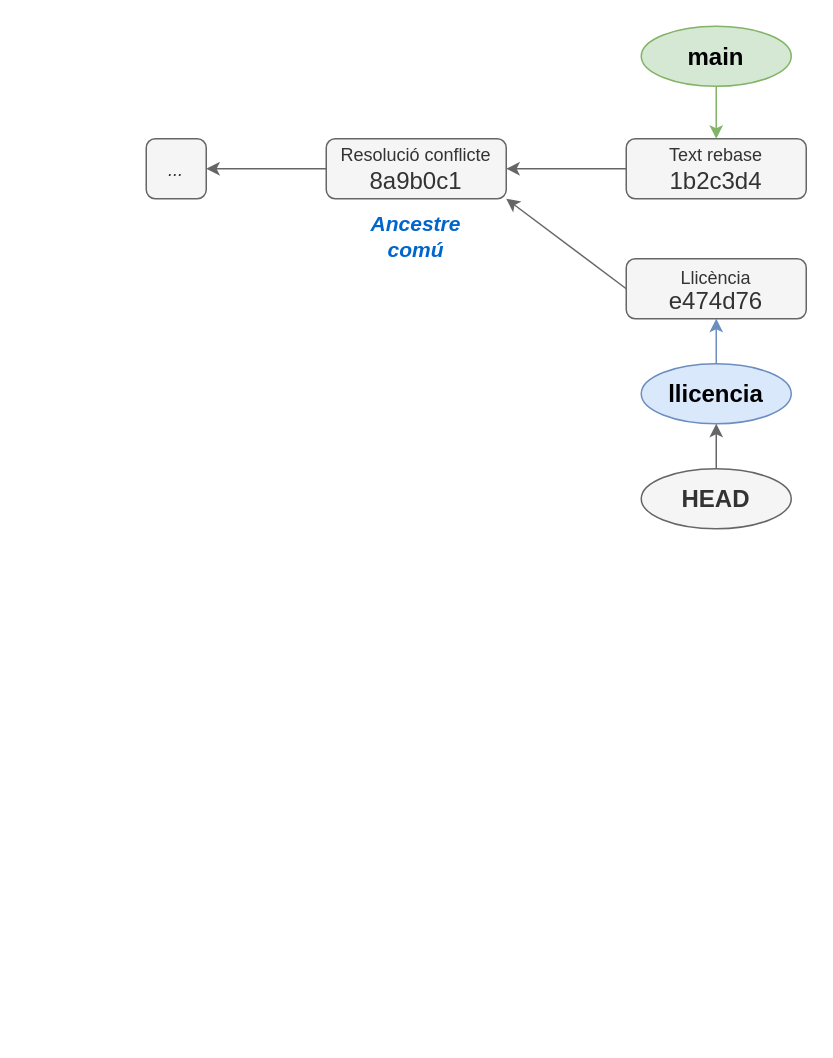
This is docs/apunts/02_branques/img/before_rebase.drawio from joapuiib/curs-git, a draw.io file, before an edit. Source tidied: cells renumbered, new cells numbered last; positions are measured from the earlier drawing's top-left corner, leaving out a move shared by most shapes. Both pictures are drawn from the tidied source at 150%, with x=0, y=0 at pixel (146, 26).
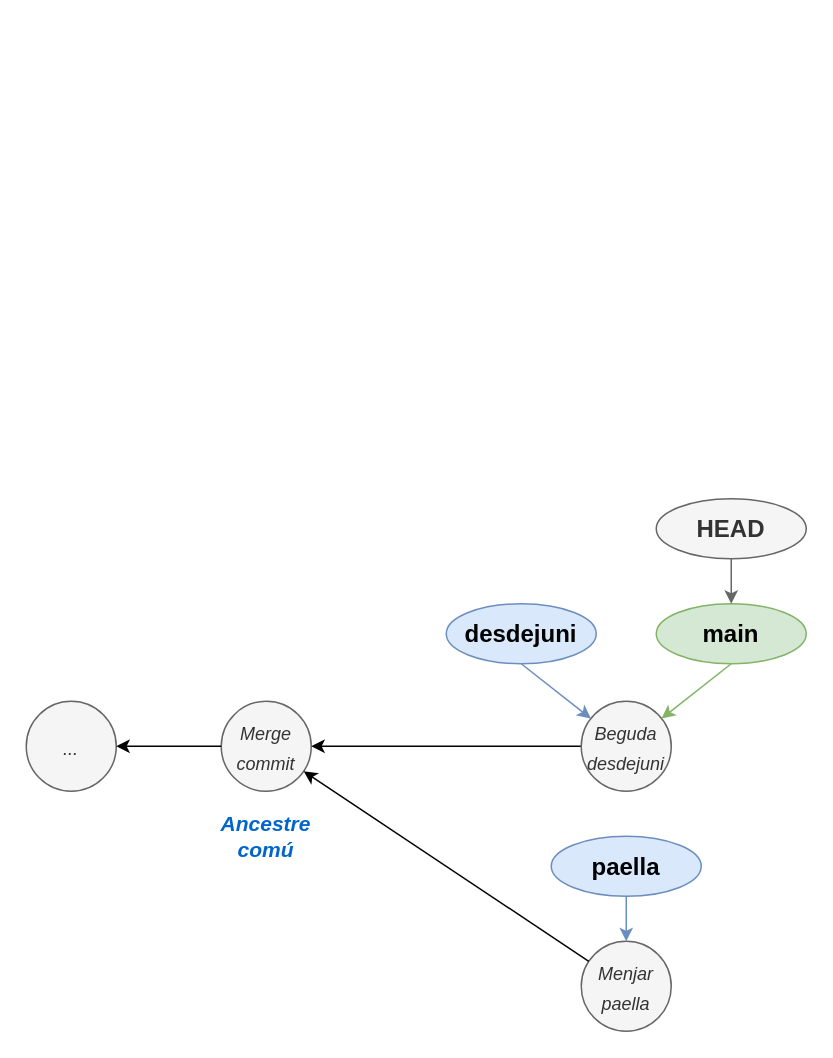
The same diagram, later.

Change to the diagram source:
```diff
@@
 <mxGraphModel>
   <root>
     <mxCell id="0" />
     <mxCell id="1" parent="0" />
+    <mxCell id="16" value="&lt;i style=&quot;font-size: 16px;&quot;&gt;&lt;font style=&quot;font-size: 12px;&quot;&gt;Merge commit&lt;/font&gt;&lt;/i&gt;" style="ellipse;whiteSpace=wrap;html=1;fillColor=#f5f5f5;fontColor=#333333;strokeColor=#666666;" parent="1" vertex="1">
+      <mxGeometry x="50" y="450" width="60" height="60" as="geometry" />
+    </mxCell>
+    <mxCell id="17" style="rounded=0;jettySize=auto;html=1;" parent="1" edge="1" source="18" target="16">
+      <mxGeometry relative="1" as="geometry" />
+    </mxCell>
+    <mxCell id="18" value="&lt;i style=&quot;font-size: 16px;&quot;&gt;&lt;font style=&quot;font-size: 12px;&quot;&gt;Beguda desdejuni&lt;/font&gt;&lt;/i&gt;" style="ellipse;whiteSpace=wrap;html=1;fillColor=#f5f5f5;fontColor=#333333;strokeColor=#666666;" parent="1" vertex="1">
+      <mxGeometry x="290" y="450" width="60" height="60" as="geometry" />
+    </mxCell>
+    <mxCell id="19" style="rounded=0;jettySize=auto;html=1;exitX=0.5;exitY=1;exitDx=0;exitDy=0;fillColor=#dae8fc;strokeColor=#6c8ebf;" parent="1" edge="1" source="20" target="18">
+      <mxGeometry relative="1" as="geometry" />
+    </mxCell>
+    <mxCell id="20" value="desdejuni" style="ellipse;whiteSpace=wrap;html=1;fillColor=#dae8fc;strokeColor=#6c8ebf;fontSize=16;fontStyle=1;" parent="1" vertex="1">
+      <mxGeometry x="200" y="385" width="100" height="40" as="geometry" />
+    </mxCell>
+    <mxCell id="21" value="&lt;i style=&quot;font-size: 16px;&quot;&gt;&lt;font style=&quot;font-size: 12px;&quot;&gt;Menjar paella&lt;/font&gt;&lt;/i&gt;" style="ellipse;whiteSpace=wrap;html=1;fillColor=#f5f5f5;fontColor=#333333;strokeColor=#666666;" parent="1" vertex="1">
+      <mxGeometry x="290" y="610" width="60" height="60" as="geometry" />
+    </mxCell>
+    <mxCell id="22" style="rounded=0;jettySize=auto;html=1;exitX=0.5;exitY=1;exitDx=0;exitDy=0;fillColor=#dae8fc;strokeColor=#6c8ebf;" parent="1" edge="1" source="23" target="21">
+      <mxGeometry relative="1" as="geometry" />
+    </mxCell>
+    <mxCell id="23" value="paella" style="ellipse;whiteSpace=wrap;html=1;fillColor=#dae8fc;strokeColor=#6c8ebf;fontSize=16;fontStyle=1;" parent="1" vertex="1">
+      <mxGeometry x="270" y="540" width="100" height="40" as="geometry" />
+    </mxCell>
+    <mxCell id="24" style="rounded=0;jettySize=auto;html=1;" parent="1" edge="1" source="21" target="16">
+      <mxGeometry relative="1" as="geometry" />
+    </mxCell>
     <mxCell id="2" value="&lt;font color=&quot;#0066cc&quot; style=&quot;font-size: 14px;&quot;&gt;&lt;b&gt;Ancestre comú&lt;/b&gt;&lt;/font&gt;" style="text;html=1;strokeColor=none;fillColor=none;align=center;verticalAlign=middle;whiteSpace=wrap;rounded=0;fontStyle=2;" parent="1" vertex="1">
-      <mxGeometry x="150" y="125" width="60" height="30" as="geometry" />
+      <mxGeometry x="50" y="525" width="60" height="30" as="geometry" />
     </mxCell>
+    <mxCell id="25" style="rounded=0;jettySize=auto;html=1;exitX=0.5;exitY=1;exitDx=0;exitDy=0;fillColor=#d5e8d4;strokeColor=#82b366;" parent="1" edge="1" source="13" target="18">
+      <mxGeometry relative="1" as="geometry" />
+    </mxCell>
+    <mxCell id="13" value="main" style="ellipse;whiteSpace=wrap;html=1;fillColor=#d5e8d4;strokeColor=#82b366;fontSize=16;fontStyle=1;" parent="1" vertex="1">
+      <mxGeometry x="340" y="385" width="100" height="40" as="geometry" />
+    </mxCell>
+    <mxCell id="26" style="edgeStyle=orthogonalEdgeStyle;rounded=0;jettySize=auto;html=1;exitX=0.5;exitY=1;exitDx=0;exitDy=0;fillColor=#f5f5f5;strokeColor=#666666;" parent="1" edge="1" source="15" target="13">
+      <mxGeometry relative="1" as="geometry" />
+    </mxCell>
+    <mxCell id="15" value="HEAD" style="ellipse;whiteSpace=wrap;html=1;fillColor=#f5f5f5;strokeColor=#666666;fontSize=16;fontStyle=1;fontColor=#333333;" parent="1" vertex="1">
+      <mxGeometry x="340" y="315" width="100" height="40" as="geometry" />
+    </mxCell>
-    <mxCell id="3" value="&lt;div style=&quot;line-height: 100%;&quot;&gt;&lt;span style=&quot;font-size: 12px;&quot;&gt;&lt;i&gt;...&lt;/i&gt;&lt;/span&gt;&lt;/div&gt;" style="rounded=1;whiteSpace=wrap;html=1;fontSize=16;fillColor=#f5f5f5;strokeColor=#666666;fontColor=#333333;" parent="1" vertex="1">
-      <mxGeometry y="75" width="40" height="40" as="geometry" />
+    <mxCell id="3" value="&lt;i style=&quot;font-size: 16px;&quot;&gt;&lt;font style=&quot;font-size: 12px;&quot;&gt;...&lt;/font&gt;&lt;/i&gt;" style="ellipse;whiteSpace=wrap;html=1;fillColor=#f5f5f5;fontColor=#333333;strokeColor=#666666;" parent="1" vertex="1">
+      <mxGeometry x="-80" y="450" width="60" height="60" as="geometry" />
     </mxCell>
-    <mxCell id="4" style="rounded=0;jettySize=auto;html=1;exitX=0.5;exitY=1;exitDx=0;exitDy=0;fillColor=#dae8fc;strokeColor=#6c8ebf;" parent="1" edge="1" source="5" target="9">
-      <mxGeometry relative="1" as="geometry" />
-    </mxCell>
-    <mxCell id="5" value="llicencia" style="ellipse;whiteSpace=wrap;html=1;fillColor=#dae8fc;strokeColor=#6c8ebf;fontSize=16;fontStyle=1;" parent="1" vertex="1">
-      <mxGeometry x="330" y="225" width="100" height="40" as="geometry" />
-    </mxCell>
-    <mxCell id="6" style="edgeStyle=orthogonalEdgeStyle;rounded=0;jettySize=auto;html=1;exitX=0;exitY=0.5;exitDx=0;exitDy=0;fillColor=#f5f5f5;strokeColor=#666666;" parent="1" edge="1" source="7" target="3">
-      <mxGeometry relative="1" as="geometry" />
-    </mxCell>
-    <mxCell id="7" value="&lt;div style=&quot;line-height: 100%;&quot;&gt;&lt;font style=&quot;font-size: 12px;&quot;&gt;Resolució conflicte&lt;/font&gt;&lt;/div&gt;8a9b0c1" style="rounded=1;whiteSpace=wrap;html=1;fontSize=16;fillColor=#f5f5f5;strokeColor=#666666;fontColor=#333333;" parent="1" vertex="1">
-      <mxGeometry x="120" y="75" width="120" height="40" as="geometry" />
-    </mxCell>
-    <mxCell id="8" style="edgeStyle=orthogonalEdgeStyle;rounded=0;jettySize=auto;html=1;fillColor=#f5f5f5;strokeColor=#666666;" parent="1" edge="1" source="10" target="7">
-      <mxGeometry relative="1" as="geometry" />
-    </mxCell>
-    <mxCell id="9" value="&lt;div style=&quot;line-height: 100%;&quot;&gt;&lt;span style=&quot;background-color: initial; font-size: 12px;&quot;&gt;Llicència&lt;/span&gt;&lt;/div&gt;&lt;div style=&quot;line-height: 100%;&quot;&gt;e474d76&lt;br&gt;&lt;/div&gt;" style="rounded=1;whiteSpace=wrap;html=1;fontSize=16;fillColor=#f5f5f5;strokeColor=#666666;fontColor=#333333;" parent="1" vertex="1">
-      <mxGeometry x="320" y="155" width="120" height="40" as="geometry" />
-    </mxCell>
-    <mxCell id="10" value="&lt;div style=&quot;line-height: 100%;&quot;&gt;&lt;font style=&quot;font-size: 12px;&quot;&gt;Text rebase&lt;/font&gt;&lt;/div&gt;1b2c3d4" style="rounded=1;whiteSpace=wrap;html=1;fontSize=16;fillColor=#f5f5f5;strokeColor=#666666;fontColor=#333333;" parent="1" vertex="1">
-      <mxGeometry x="320" y="75" width="120" height="40" as="geometry" />
-    </mxCell>
-    <mxCell id="11" style="rounded=0;jettySize=auto;html=1;fillColor=#f5f5f5;strokeColor=#666666;exitX=0;exitY=0.5;exitDx=0;exitDy=0;entryX=1;entryY=1;entryDx=0;entryDy=0;" parent="1" edge="1" source="9" target="7">
-      <mxGeometry relative="1" as="geometry" />
-    </mxCell>
-    <mxCell id="12" style="rounded=0;jettySize=auto;html=1;exitX=0.5;exitY=1;exitDx=0;exitDy=0;fillColor=#d5e8d4;strokeColor=#82b366;" parent="1" edge="1" source="13" target="10">
-      <mxGeometry relative="1" as="geometry" />
-    </mxCell>
-    <mxCell id="13" value="main" style="ellipse;whiteSpace=wrap;html=1;fillColor=#d5e8d4;strokeColor=#82b366;fontSize=16;fontStyle=1;" parent="1" vertex="1">
-      <mxGeometry x="330" width="100" height="40" as="geometry" />
-    </mxCell>
-    <mxCell id="14" style="edgeStyle=orthogonalEdgeStyle;rounded=0;jettySize=auto;html=1;fillColor=#f5f5f5;strokeColor=#666666;" parent="1" edge="1" source="15" target="5">
-      <mxGeometry relative="1" as="geometry" />
-    </mxCell>
-    <mxCell id="15" value="HEAD" style="ellipse;whiteSpace=wrap;html=1;fillColor=#f5f5f5;strokeColor=#666666;fontSize=16;fontStyle=1;fontColor=#333333;" parent="1" vertex="1">
-      <mxGeometry x="330" y="295" width="100" height="40" as="geometry" />
-    </mxCell>
+    <mxCell id="27" style="rounded=0;jettySize=auto;html=1;" parent="1" edge="1" source="16" target="3">
+      <mxGeometry relative="1" as="geometry" />
+    </mxCell>
   </root>
 </mxGraphModel>
```
